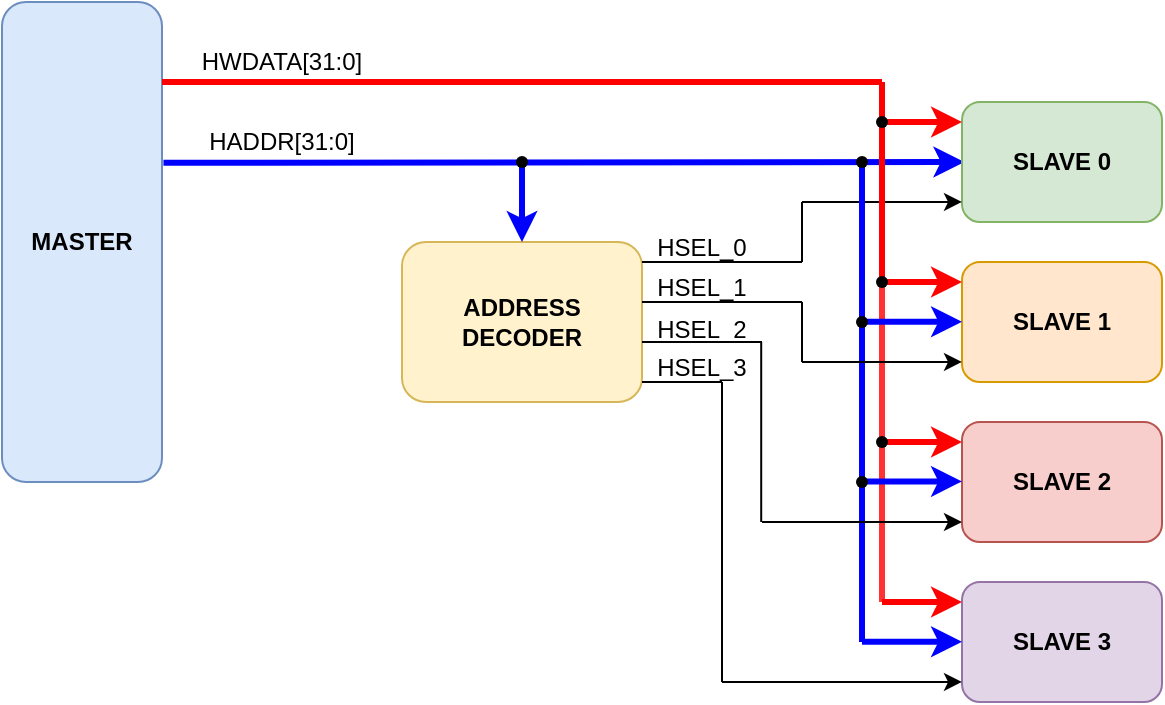
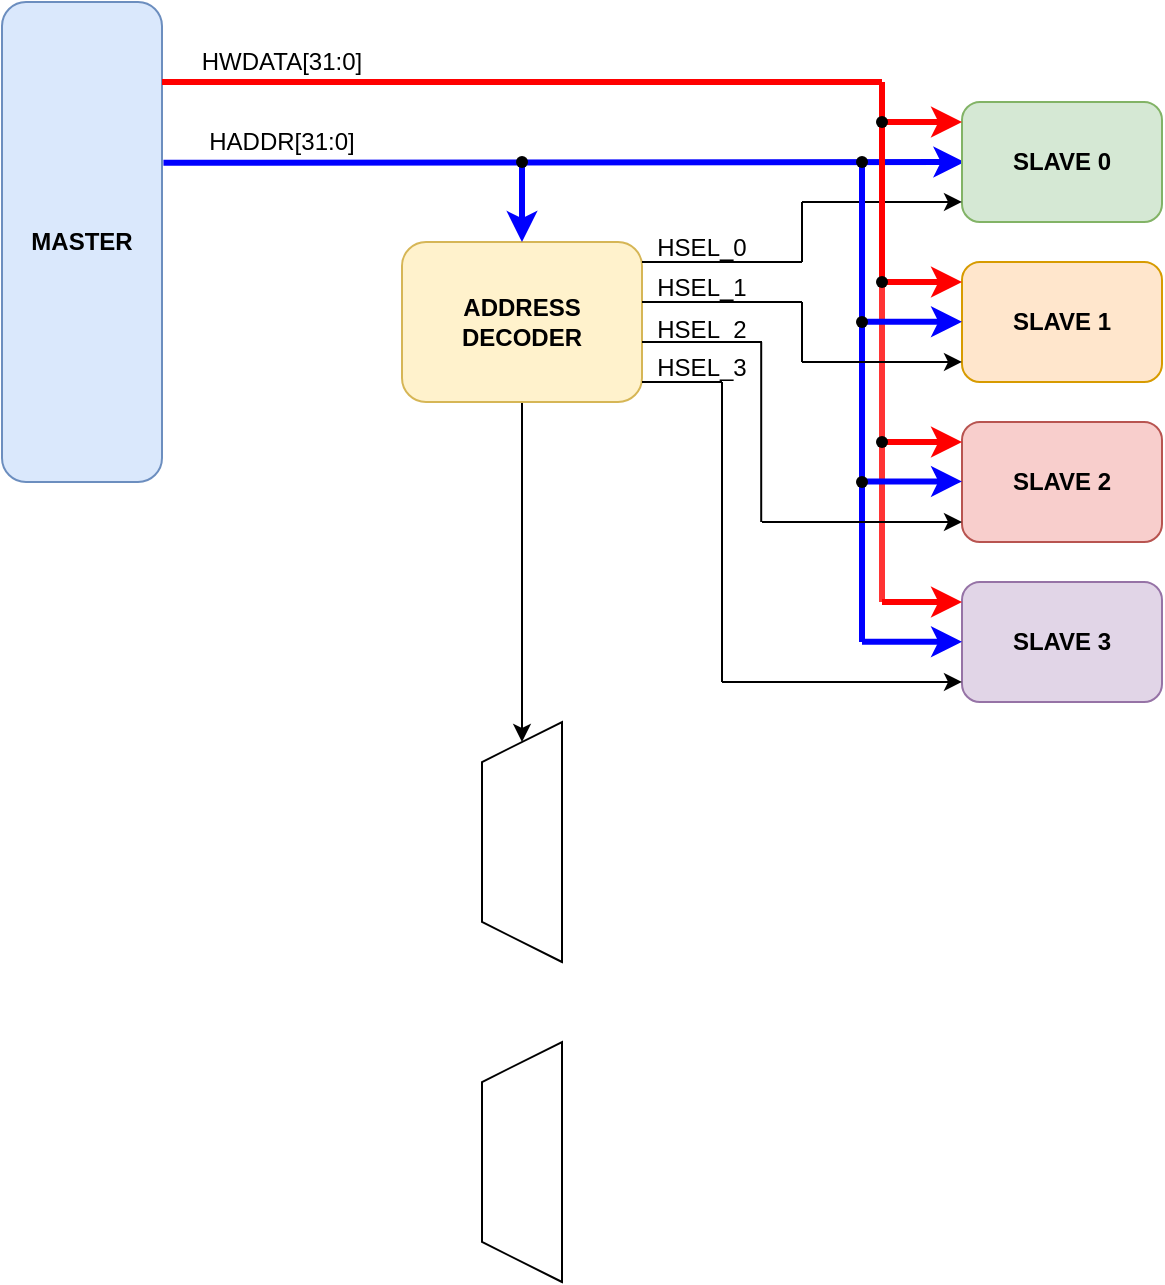
<mxfile host="app.diagrams.net" agent="Mozilla/5.0 (Windows NT 10.0; Win64; x64) AppleWebKit/537.36 (KHTML, like Gecko) Chrome/144.0.0.0 Safari/537.36 Edg/144.0.0.0" pages="4">
  <diagram id="00dOMP4ly3Yvcw6Omt_P" name="AHB Block Diagram">
    <mxGraphModel dx="364" dy="526" grid="1" gridSize="10" guides="1" tooltips="1" connect="1" arrows="1" fold="1" page="1" pageScale="1" pageWidth="850" pageHeight="1100" math="0" shadow="0">
      <root>
        <mxCell id="0" />
        <mxCell id="1" parent="0" />
        <mxCell id="WVtcaOnAu4kVJNJomXHp-1" parent="1" style="rounded=1;whiteSpace=wrap;html=1;fillColor=#dae8fc;strokeColor=#6c8ebf;" value="&lt;b&gt;MASTER&lt;/b&gt;" vertex="1">
          <mxGeometry height="240" width="80" x="80" y="160" as="geometry" />
        </mxCell>
+         <mxCell id="WVtcaOnAu4kVJNJomXHp-55" edge="1" parent="1" source="WVtcaOnAu4kVJNJomXHp-3" style="edgeStyle=orthogonalEdgeStyle;rounded=0;orthogonalLoop=1;jettySize=auto;html=1;entryX=1;entryY=0.5;entryDx=0;entryDy=0;" target="WVtcaOnAu4kVJNJomXHp-53">
+           <mxGeometry relative="1" as="geometry" />
+         </mxCell>
        <mxCell id="WVtcaOnAu4kVJNJomXHp-3" parent="1" style="rounded=1;whiteSpace=wrap;html=1;fillColor=#fff2cc;strokeColor=#d6b656;" value="&lt;b&gt;ADDRESS DECODER&lt;/b&gt;" vertex="1">
          <mxGeometry height="80" width="120" x="280" y="280" as="geometry" />
        </mxCell>
        <mxCell id="WVtcaOnAu4kVJNJomXHp-4" edge="1" parent="1" source="WVtcaOnAu4kVJNJomXHp-1" style="endArrow=classic;html=1;rounded=0;exitX=1.009;exitY=0.335;exitDx=0;exitDy=0;exitPerimeter=0;strokeWidth=3;strokeColor=#0000FF;" value="">
          <mxGeometry height="50" relative="1" width="50" as="geometry">
            <mxPoint x="170" y="240" as="sourcePoint" />
            <mxPoint x="561.2" y="240" as="targetPoint" />
          </mxGeometry>
        </mxCell>
        <mxCell id="WVtcaOnAu4kVJNJomXHp-5" edge="1" parent="1" source="WVtcaOnAu4kVJNJomXHp-6" style="endArrow=classic;html=1;rounded=0;entryX=0.5;entryY=0;entryDx=0;entryDy=0;strokeWidth=3;strokeColor=#0000FF;" target="WVtcaOnAu4kVJNJomXHp-3" value="">
          <mxGeometry height="50" relative="1" width="50" as="geometry">
            <mxPoint x="340" y="240" as="sourcePoint" />
            <mxPoint x="390" y="190" as="targetPoint" />
          </mxGeometry>
        </mxCell>
        <mxCell id="WVtcaOnAu4kVJNJomXHp-6" parent="1" style="shape=waypoint;sketch=0;fillStyle=solid;size=6;pointerEvents=1;points=[];fillColor=none;resizable=0;rotatable=0;perimeter=centerPerimeter;snapToPoint=1;" value="" vertex="1">
          <mxGeometry height="20" width="20" x="330" y="230" as="geometry" />
        </mxCell>
        <mxCell id="WVtcaOnAu4kVJNJomXHp-7" parent="1" style="rounded=1;whiteSpace=wrap;html=1;fillColor=#d5e8d4;strokeColor=#82b366;fontStyle=1" value="SLAVE 0" vertex="1">
          <mxGeometry height="60" width="100" x="560" y="210" as="geometry" />
        </mxCell>
        <mxCell id="WVtcaOnAu4kVJNJomXHp-8" parent="1" style="rounded=1;whiteSpace=wrap;html=1;fillColor=#ffe6cc;strokeColor=#d79b00;fontStyle=1" value="SLAVE 1" vertex="1">
          <mxGeometry height="60" width="100" x="560" y="290" as="geometry" />
        </mxCell>
        <mxCell id="WVtcaOnAu4kVJNJomXHp-9" parent="1" style="rounded=1;whiteSpace=wrap;html=1;fillColor=#f8cecc;strokeColor=#b85450;fontStyle=1" value="SLAVE 2" vertex="1">
          <mxGeometry height="60" width="100" x="560" y="370" as="geometry" />
        </mxCell>
        <mxCell id="WVtcaOnAu4kVJNJomXHp-10" parent="1" style="rounded=1;whiteSpace=wrap;html=1;fillColor=#e1d5e7;strokeColor=#9673a6;fontStyle=1" value="SLAVE 3" vertex="1">
          <mxGeometry height="60" width="100" x="560" y="450" as="geometry" />
        </mxCell>
        <mxCell id="WVtcaOnAu4kVJNJomXHp-11" edge="1" parent="1" source="WVtcaOnAu4kVJNJomXHp-3" style="endArrow=none;html=1;rounded=0;exitX=1;exitY=0.125;exitDx=0;exitDy=0;exitPerimeter=0;" value="">
          <mxGeometry height="50" relative="1" width="50" as="geometry">
            <mxPoint x="410" y="290" as="sourcePoint" />
            <mxPoint x="480" y="290" as="targetPoint" />
          </mxGeometry>
        </mxCell>
        <mxCell id="WVtcaOnAu4kVJNJomXHp-12" edge="1" parent="1" style="endArrow=none;html=1;rounded=0;" value="">
          <mxGeometry height="50" relative="1" width="50" as="geometry">
            <mxPoint x="480" y="290" as="sourcePoint" />
            <mxPoint x="480" y="260" as="targetPoint" />
          </mxGeometry>
        </mxCell>
        <mxCell id="WVtcaOnAu4kVJNJomXHp-13" edge="1" parent="1" style="endArrow=classic;html=1;rounded=0;entryX=0;entryY=0.833;entryDx=0;entryDy=0;entryPerimeter=0;" target="WVtcaOnAu4kVJNJomXHp-7" value="">
          <mxGeometry height="50" relative="1" width="50" as="geometry">
            <mxPoint x="480" y="260" as="sourcePoint" />
            <mxPoint x="540" y="260" as="targetPoint" />
          </mxGeometry>
        </mxCell>
        <mxCell id="WVtcaOnAu4kVJNJomXHp-18" edge="1" parent="1" style="endArrow=none;html=1;rounded=0;strokeWidth=3;strokeColor=#FF0000;" value="">
          <mxGeometry height="50" relative="1" width="50" as="geometry">
            <mxPoint x="160" y="200" as="sourcePoint" />
            <mxPoint x="520" y="200" as="targetPoint" />
          </mxGeometry>
        </mxCell>
        <mxCell id="WVtcaOnAu4kVJNJomXHp-19" edge="1" parent="1" source="WVtcaOnAu4kVJNJomXHp-25" style="endArrow=none;html=1;rounded=0;strokeWidth=3;strokeColor=#FF0000;" value="">
          <mxGeometry height="50" relative="1" width="50" as="geometry">
            <mxPoint x="520" y="380" as="sourcePoint" />
            <mxPoint x="520" y="200" as="targetPoint" />
          </mxGeometry>
        </mxCell>
        <mxCell id="WVtcaOnAu4kVJNJomXHp-20" edge="1" parent="1" style="endArrow=classic;html=1;rounded=0;entryX=0;entryY=0.167;entryDx=0;entryDy=0;entryPerimeter=0;strokeWidth=3;strokeColor=#FF0000;" target="WVtcaOnAu4kVJNJomXHp-7" value="">
          <mxGeometry height="50" relative="1" width="50" as="geometry">
            <mxPoint x="520" y="220" as="sourcePoint" />
            <mxPoint x="570" y="170" as="targetPoint" />
          </mxGeometry>
        </mxCell>
        <mxCell id="WVtcaOnAu4kVJNJomXHp-22" edge="1" parent="1" style="endArrow=classic;html=1;rounded=0;entryX=0;entryY=0.167;entryDx=0;entryDy=0;entryPerimeter=0;strokeWidth=3;strokeColor=#FF0000;" value="">
          <mxGeometry height="50" relative="1" width="50" as="geometry">
            <mxPoint x="520" y="300" as="sourcePoint" />
            <mxPoint x="560" y="300" as="targetPoint" />
          </mxGeometry>
        </mxCell>
        <mxCell id="WVtcaOnAu4kVJNJomXHp-23" parent="1" style="shape=waypoint;sketch=0;fillStyle=solid;size=6;pointerEvents=1;points=[];fillColor=none;resizable=0;rotatable=0;perimeter=centerPerimeter;snapToPoint=1;" value="" vertex="1">
          <mxGeometry height="20" width="20" x="510" y="210" as="geometry" />
        </mxCell>
        <mxCell id="WVtcaOnAu4kVJNJomXHp-24" edge="1" parent="1" style="endArrow=classic;html=1;rounded=0;entryX=0;entryY=0.167;entryDx=0;entryDy=0;entryPerimeter=0;strokeWidth=3;strokeColor=#FF0000;" value="">
          <mxGeometry height="50" relative="1" width="50" as="geometry">
            <mxPoint x="520" y="380" as="sourcePoint" />
            <mxPoint x="560" y="380" as="targetPoint" />
          </mxGeometry>
        </mxCell>
        <mxCell id="WVtcaOnAu4kVJNJomXHp-26" edge="1" parent="1" style="endArrow=none;html=1;rounded=0;strokeWidth=3;strokeColor=#FF3333;" target="WVtcaOnAu4kVJNJomXHp-25" value="">
          <mxGeometry height="50" relative="1" width="50" as="geometry">
            <mxPoint x="520" y="460" as="sourcePoint" />
            <mxPoint x="520" y="200" as="targetPoint" />
          </mxGeometry>
        </mxCell>
        <mxCell id="WVtcaOnAu4kVJNJomXHp-25" parent="1" style="shape=waypoint;sketch=0;fillStyle=solid;size=6;pointerEvents=1;points=[];fillColor=none;resizable=0;rotatable=0;perimeter=centerPerimeter;snapToPoint=1;" value="" vertex="1">
          <mxGeometry height="20" width="20" x="510" y="290" as="geometry" />
        </mxCell>
        <mxCell id="WVtcaOnAu4kVJNJomXHp-27" edge="1" parent="1" style="endArrow=none;html=1;rounded=0;strokeWidth=3;strokeColor=#0000FF;" target="WVtcaOnAu4kVJNJomXHp-30" value="">
          <mxGeometry height="50" relative="1" width="50" as="geometry">
            <mxPoint x="510" y="480" as="sourcePoint" />
            <mxPoint x="510" y="240" as="targetPoint" />
          </mxGeometry>
        </mxCell>
        <mxCell id="WVtcaOnAu4kVJNJomXHp-28" edge="1" parent="1" style="endArrow=classic;html=1;rounded=0;entryX=0;entryY=0.167;entryDx=0;entryDy=0;entryPerimeter=0;strokeWidth=3;strokeColor=#0000FF;" value="">
          <mxGeometry height="50" relative="1" width="50" as="geometry">
            <mxPoint x="510" y="399.72" as="sourcePoint" />
            <mxPoint x="560" y="399.72" as="targetPoint" />
          </mxGeometry>
        </mxCell>
        <mxCell id="WVtcaOnAu4kVJNJomXHp-29" edge="1" parent="1" style="endArrow=classic;html=1;rounded=0;entryX=0;entryY=0.167;entryDx=0;entryDy=0;entryPerimeter=0;strokeWidth=3;strokeColor=#0000FF;" value="">
          <mxGeometry height="50" relative="1" width="50" as="geometry">
            <mxPoint x="510" y="319.86" as="sourcePoint" />
            <mxPoint x="560" y="319.86" as="targetPoint" />
          </mxGeometry>
        </mxCell>
        <mxCell id="WVtcaOnAu4kVJNJomXHp-30" parent="1" style="shape=waypoint;sketch=0;fillStyle=solid;size=6;pointerEvents=1;points=[];fillColor=none;resizable=0;rotatable=0;perimeter=centerPerimeter;snapToPoint=1;" value="" vertex="1">
          <mxGeometry height="20" width="20" x="500.0000000000001" y="230" as="geometry" />
        </mxCell>
        <mxCell id="WVtcaOnAu4kVJNJomXHp-31" parent="1" style="shape=waypoint;sketch=0;fillStyle=solid;size=6;pointerEvents=1;points=[];fillColor=none;resizable=0;rotatable=0;perimeter=centerPerimeter;snapToPoint=1;" value="" vertex="1">
          <mxGeometry height="20" width="20" x="500" y="310" as="geometry" />
        </mxCell>
        <mxCell id="WVtcaOnAu4kVJNJomXHp-32" edge="1" parent="1" style="endArrow=classic;html=1;rounded=0;entryX=0;entryY=0.167;entryDx=0;entryDy=0;entryPerimeter=0;strokeWidth=3;strokeColor=#FF0000;" value="">
          <mxGeometry height="50" relative="1" width="50" as="geometry">
            <mxPoint x="520" y="460" as="sourcePoint" />
            <mxPoint x="560" y="460" as="targetPoint" />
          </mxGeometry>
        </mxCell>
        <mxCell id="WVtcaOnAu4kVJNJomXHp-33" edge="1" parent="1" style="endArrow=classic;html=1;rounded=0;entryX=0;entryY=0.167;entryDx=0;entryDy=0;entryPerimeter=0;strokeWidth=3;strokeColor=#0000FF;" value="">
          <mxGeometry height="50" relative="1" width="50" as="geometry">
            <mxPoint x="510" y="479.88" as="sourcePoint" />
            <mxPoint x="560" y="479.88" as="targetPoint" />
          </mxGeometry>
        </mxCell>
        <mxCell id="WVtcaOnAu4kVJNJomXHp-34" parent="1" style="shape=waypoint;sketch=0;fillStyle=solid;size=6;pointerEvents=1;points=[];fillColor=none;resizable=0;rotatable=0;perimeter=centerPerimeter;snapToPoint=1;" value="" vertex="1">
          <mxGeometry height="20" width="20" x="510" y="370" as="geometry" />
        </mxCell>
        <mxCell id="WVtcaOnAu4kVJNJomXHp-35" parent="1" style="shape=waypoint;sketch=0;fillStyle=solid;size=6;pointerEvents=1;points=[];fillColor=none;resizable=0;rotatable=0;perimeter=centerPerimeter;snapToPoint=1;" value="" vertex="1">
          <mxGeometry height="20" width="20" x="500" y="390" as="geometry" />
        </mxCell>
        <mxCell id="WVtcaOnAu4kVJNJomXHp-38" edge="1" parent="1" style="endArrow=none;html=1;rounded=0;" value="">
          <mxGeometry height="50" relative="1" width="50" as="geometry">
            <mxPoint x="400" y="310" as="sourcePoint" />
            <mxPoint x="480" y="310" as="targetPoint" />
          </mxGeometry>
        </mxCell>
        <mxCell id="WVtcaOnAu4kVJNJomXHp-39" edge="1" parent="1" style="endArrow=none;html=1;rounded=0;" value="">
          <mxGeometry height="50" relative="1" width="50" as="geometry">
            <mxPoint x="400" y="330" as="sourcePoint" />
            <mxPoint x="460" y="330" as="targetPoint" />
          </mxGeometry>
        </mxCell>
        <mxCell id="WVtcaOnAu4kVJNJomXHp-40" edge="1" parent="1" style="endArrow=none;html=1;rounded=0;" value="">
          <mxGeometry height="50" relative="1" width="50" as="geometry">
            <mxPoint x="400" y="350" as="sourcePoint" />
            <mxPoint x="440" y="350" as="targetPoint" />
          </mxGeometry>
        </mxCell>
        <mxCell id="WVtcaOnAu4kVJNJomXHp-41" edge="1" parent="1" style="endArrow=none;html=1;rounded=0;" value="">
          <mxGeometry height="50" relative="1" width="50" as="geometry">
            <mxPoint x="440" y="500" as="sourcePoint" />
            <mxPoint x="440" y="350" as="targetPoint" />
          </mxGeometry>
        </mxCell>
        <mxCell id="WVtcaOnAu4kVJNJomXHp-42" edge="1" parent="1" style="endArrow=classic;html=1;rounded=0;entryX=0;entryY=0.833;entryDx=0;entryDy=0;entryPerimeter=0;" target="WVtcaOnAu4kVJNJomXHp-10" value="">
          <mxGeometry height="50" relative="1" width="50" as="geometry">
            <mxPoint x="440" y="499.98" as="sourcePoint" />
            <mxPoint x="470" y="450" as="targetPoint" />
          </mxGeometry>
        </mxCell>
        <mxCell id="WVtcaOnAu4kVJNJomXHp-43" edge="1" parent="1" style="endArrow=none;html=1;rounded=0;" value="">
          <mxGeometry height="50" relative="1" width="50" as="geometry">
            <mxPoint x="459.6" y="420" as="sourcePoint" />
            <mxPoint x="459.6" y="330" as="targetPoint" />
          </mxGeometry>
        </mxCell>
        <mxCell id="WVtcaOnAu4kVJNJomXHp-44" edge="1" parent="1" style="endArrow=classic;html=1;rounded=0;entryX=0;entryY=0.833;entryDx=0;entryDy=0;entryPerimeter=0;" value="">
          <mxGeometry height="50" relative="1" width="50" as="geometry">
            <mxPoint x="460" y="420" as="sourcePoint" />
            <mxPoint x="560" y="420" as="targetPoint" />
          </mxGeometry>
        </mxCell>
        <mxCell id="WVtcaOnAu4kVJNJomXHp-45" edge="1" parent="1" style="endArrow=none;html=1;rounded=0;" value="">
          <mxGeometry height="50" relative="1" width="50" as="geometry">
            <mxPoint x="480" y="340" as="sourcePoint" />
            <mxPoint x="480" y="310" as="targetPoint" />
          </mxGeometry>
        </mxCell>
        <mxCell id="WVtcaOnAu4kVJNJomXHp-46" edge="1" parent="1" style="endArrow=classic;html=1;rounded=0;entryX=0;entryY=0.833;entryDx=0;entryDy=0;entryPerimeter=0;" target="WVtcaOnAu4kVJNJomXHp-8" value="">
          <mxGeometry height="50" relative="1" width="50" as="geometry">
            <mxPoint x="480" y="340" as="sourcePoint" />
            <mxPoint x="550" y="340" as="targetPoint" />
          </mxGeometry>
        </mxCell>
        <mxCell id="WVtcaOnAu4kVJNJomXHp-47" parent="1" style="text;html=1;whiteSpace=wrap;strokeColor=none;fillColor=none;align=center;verticalAlign=middle;rounded=0;" value="HSEL_0" vertex="1">
          <mxGeometry height="15" width="60" x="400" y="275" as="geometry" />
        </mxCell>
        <mxCell id="WVtcaOnAu4kVJNJomXHp-48" parent="1" style="text;html=1;whiteSpace=wrap;strokeColor=none;fillColor=none;align=center;verticalAlign=middle;rounded=0;" value="HSEL_1" vertex="1">
          <mxGeometry height="15" width="60" x="400" y="295" as="geometry" />
        </mxCell>
        <mxCell id="WVtcaOnAu4kVJNJomXHp-49" parent="1" style="text;html=1;whiteSpace=wrap;strokeColor=none;fillColor=none;align=center;verticalAlign=middle;rounded=0;" value="HSEL_2" vertex="1">
          <mxGeometry height="7.5" width="60" x="400" y="320" as="geometry" />
        </mxCell>
        <mxCell id="WVtcaOnAu4kVJNJomXHp-50" parent="1" style="text;html=1;whiteSpace=wrap;strokeColor=none;fillColor=none;align=center;verticalAlign=middle;rounded=0;" value="HSEL_3" vertex="1">
          <mxGeometry height="15" width="60" x="400" y="335" as="geometry" />
        </mxCell>
        <mxCell id="WVtcaOnAu4kVJNJomXHp-51" parent="1" style="text;html=1;whiteSpace=wrap;strokeColor=none;fillColor=none;align=center;verticalAlign=middle;rounded=0;" value="HWDATA[31:0]" vertex="1">
          <mxGeometry height="20" width="80" x="180" y="180" as="geometry" />
        </mxCell>
        <mxCell id="WVtcaOnAu4kVJNJomXHp-52" parent="1" style="text;html=1;whiteSpace=wrap;strokeColor=none;fillColor=none;align=center;verticalAlign=middle;rounded=0;" value="HADDR[31:0]" vertex="1">
          <mxGeometry height="20" width="80" x="180" y="220" as="geometry" />
+         </mxCell>
+         <mxCell id="WVtcaOnAu4kVJNJomXHp-53" parent="1" style="shape=trapezoid;perimeter=trapezoidPerimeter;whiteSpace=wrap;html=1;fixedSize=1;rotation=-90;" value="" vertex="1">
+           <mxGeometry height="40" width="120" x="280" y="560" as="geometry" />
+         </mxCell>
+         <mxCell id="WVtcaOnAu4kVJNJomXHp-54" parent="1" style="shape=trapezoid;perimeter=trapezoidPerimeter;whiteSpace=wrap;html=1;fixedSize=1;rotation=-90;" value="" vertex="1">
+           <mxGeometry height="40" width="120" x="280" y="720" as="geometry" />
        </mxCell>
      </root>
    </mxGraphModel>
  </diagram>
  <diagram name="AHB Interface" id="AxdGKtdG9Rmgfqjtrl1U">
    <mxGraphModel dx="2046" dy="1106" grid="1" gridSize="10" guides="1" tooltips="1" connect="1" arrows="1" fold="1" page="1" pageScale="1" pageWidth="850" pageHeight="1100" math="0" shadow="0">
      <root>
        <mxCell id="0" />
        <mxCell id="1" parent="0" />
        <mxCell id="BZ9neWvH9tw47nREzwFn-1" parent="1" style="rounded=0;whiteSpace=wrap;html=1;" value="&lt;font style=&quot;font-size: 16px;&quot;&gt;&lt;b&gt;Manager&lt;/b&gt;&lt;/font&gt;" vertex="1">
          <mxGeometry height="200" width="120" x="400" y="80" as="geometry" />
        </mxCell>
        <mxCell id="BZ9neWvH9tw47nREzwFn-2" edge="1" parent="1" style="endArrow=classic;html=1;rounded=0;" value="">
          <mxGeometry height="50" relative="1" width="50" as="geometry">
            <mxPoint x="360" y="100" as="sourcePoint" />
            <mxPoint x="400" y="100" as="targetPoint" />
          </mxGeometry>
        </mxCell>
        <mxCell id="BZ9neWvH9tw47nREzwFn-3" edge="1" parent="1" style="endArrow=classic;html=1;rounded=0;" value="">
          <mxGeometry height="50" relative="1" width="50" as="geometry">
            <mxPoint x="360" y="120" as="sourcePoint" />
            <mxPoint x="400" y="120" as="targetPoint" />
          </mxGeometry>
        </mxCell>
        <mxCell id="BZ9neWvH9tw47nREzwFn-4" parent="1" style="text;html=1;whiteSpace=wrap;strokeColor=none;fillColor=none;align=center;verticalAlign=middle;rounded=0;fontStyle=1" value="HCLK" vertex="1">
          <mxGeometry height="20" width="40" x="320" y="90" as="geometry" />
        </mxCell>
        <mxCell id="BZ9neWvH9tw47nREzwFn-5" parent="1" style="text;html=1;whiteSpace=wrap;strokeColor=none;fillColor=none;align=center;verticalAlign=middle;rounded=0;fontStyle=1" value="HRESETn" vertex="1">
          <mxGeometry height="20" width="60" x="300" y="110" as="geometry" />
        </mxCell>
        <mxCell id="BZ9neWvH9tw47nREzwFn-6" parent="1" style="text;html=1;whiteSpace=wrap;strokeColor=none;fillColor=none;align=center;verticalAlign=middle;rounded=0;fontStyle=1" value="HREADY" vertex="1">
          <mxGeometry height="20" width="60" x="300" y="150" as="geometry" />
        </mxCell>
        <mxCell id="BZ9neWvH9tw47nREzwFn-7" edge="1" parent="1" style="endArrow=classic;html=1;rounded=0;" value="">
          <mxGeometry height="50" relative="1" width="50" as="geometry">
            <mxPoint x="360" y="160" as="sourcePoint" />
            <mxPoint x="400" y="160" as="targetPoint" />
          </mxGeometry>
        </mxCell>
        <mxCell id="BZ9neWvH9tw47nREzwFn-8" edge="1" parent="1" style="endArrow=classic;html=1;rounded=0;" value="">
          <mxGeometry height="50" relative="1" width="50" as="geometry">
            <mxPoint x="360" y="180" as="sourcePoint" />
            <mxPoint x="400" y="180" as="targetPoint" />
          </mxGeometry>
        </mxCell>
        <mxCell id="BZ9neWvH9tw47nREzwFn-9" parent="1" style="text;html=1;whiteSpace=wrap;strokeColor=none;fillColor=none;align=center;verticalAlign=middle;rounded=0;fontStyle=1" value="HSELx" vertex="1">
          <mxGeometry height="20" width="60" x="310" y="430" as="geometry" />
        </mxCell>
        <mxCell id="BZ9neWvH9tw47nREzwFn-10" edge="1" parent="1" style="endArrow=classic;html=1;rounded=0;" value="">
          <mxGeometry height="50" relative="1" width="50" as="geometry">
            <mxPoint x="360" y="260" as="sourcePoint" />
            <mxPoint x="400" y="260" as="targetPoint" />
          </mxGeometry>
        </mxCell>
        <mxCell id="BZ9neWvH9tw47nREzwFn-11" parent="1" style="text;html=1;whiteSpace=wrap;strokeColor=none;fillColor=none;align=center;verticalAlign=middle;rounded=0;fontStyle=1" value="HRDATA[31:0]" vertex="1">
          <mxGeometry height="20" width="90" x="270" y="250" as="geometry" />
        </mxCell>
        <mxCell id="BZ9neWvH9tw47nREzwFn-12" edge="1" parent="1" style="endArrow=classic;html=1;rounded=0;" value="">
          <mxGeometry height="50" relative="1" width="50" as="geometry">
            <mxPoint x="520" y="99.83" as="sourcePoint" />
            <mxPoint x="560" y="99.83" as="targetPoint" />
          </mxGeometry>
        </mxCell>
        <mxCell id="BZ9neWvH9tw47nREzwFn-13" edge="1" parent="1" style="endArrow=classic;html=1;rounded=0;" value="">
          <mxGeometry height="50" relative="1" width="50" as="geometry">
            <mxPoint x="520" y="119.83" as="sourcePoint" />
            <mxPoint x="560" y="119.83" as="targetPoint" />
          </mxGeometry>
        </mxCell>
        <mxCell id="BZ9neWvH9tw47nREzwFn-14" edge="1" parent="1" style="endArrow=classic;html=1;rounded=0;" value="">
          <mxGeometry height="50" relative="1" width="50" as="geometry">
            <mxPoint x="520" y="159.83" as="sourcePoint" />
            <mxPoint x="560" y="159.83" as="targetPoint" />
          </mxGeometry>
        </mxCell>
        <mxCell id="BZ9neWvH9tw47nREzwFn-15" edge="1" parent="1" style="endArrow=classic;html=1;rounded=0;" value="">
          <mxGeometry height="50" relative="1" width="50" as="geometry">
            <mxPoint x="520" y="140" as="sourcePoint" />
            <mxPoint x="560" y="140" as="targetPoint" />
          </mxGeometry>
        </mxCell>
        <mxCell id="BZ9neWvH9tw47nREzwFn-16" edge="1" parent="1" style="endArrow=classic;html=1;rounded=0;" value="">
          <mxGeometry height="50" relative="1" width="50" as="geometry">
            <mxPoint x="520" y="179.83" as="sourcePoint" />
            <mxPoint x="560" y="179.83" as="targetPoint" />
          </mxGeometry>
        </mxCell>
        <mxCell id="BZ9neWvH9tw47nREzwFn-17" edge="1" parent="1" style="endArrow=classic;html=1;rounded=0;" value="">
          <mxGeometry height="50" relative="1" width="50" as="geometry">
            <mxPoint x="520" y="200" as="sourcePoint" />
            <mxPoint x="560" y="200" as="targetPoint" />
          </mxGeometry>
        </mxCell>
        <mxCell id="BZ9neWvH9tw47nREzwFn-18" parent="1" style="text;html=1;whiteSpace=wrap;strokeColor=none;fillColor=none;align=center;verticalAlign=middle;rounded=0;fontStyle=1" value="HADDR[31:0]" vertex="1">
          <mxGeometry height="20" width="80" x="560" y="90" as="geometry" />
        </mxCell>
        <mxCell id="BZ9neWvH9tw47nREzwFn-19" parent="1" style="text;html=1;whiteSpace=wrap;strokeColor=none;fillColor=none;align=center;verticalAlign=middle;rounded=0;fontStyle=1" value="HWRITE" vertex="1">
          <mxGeometry height="20" width="60" x="560" y="110" as="geometry" />
        </mxCell>
        <mxCell id="BZ9neWvH9tw47nREzwFn-20" parent="1" style="text;html=1;whiteSpace=wrap;strokeColor=none;fillColor=none;align=center;verticalAlign=middle;rounded=0;fontStyle=1" value="HSIZE[2:0]" vertex="1">
          <mxGeometry height="20" width="70" x="560" y="130" as="geometry" />
        </mxCell>
        <mxCell id="BZ9neWvH9tw47nREzwFn-21" parent="1" style="text;html=1;whiteSpace=wrap;strokeColor=none;fillColor=none;align=center;verticalAlign=middle;rounded=0;fontStyle=1" value="HBURST[2:0]" vertex="1">
          <mxGeometry height="20" width="80" x="560" y="150" as="geometry" />
        </mxCell>
        <mxCell id="BZ9neWvH9tw47nREzwFn-22" parent="1" style="text;html=1;whiteSpace=wrap;strokeColor=none;fillColor=none;align=center;verticalAlign=middle;rounded=0;fontStyle=1" value="HPROT[3:0]" vertex="1">
          <mxGeometry height="20" width="80" x="560" y="170" as="geometry" />
        </mxCell>
        <mxCell id="BZ9neWvH9tw47nREzwFn-23" parent="1" style="text;html=1;whiteSpace=wrap;strokeColor=none;fillColor=none;align=center;verticalAlign=middle;rounded=0;fontStyle=1" value="HTRANS[1:0]" vertex="1">
          <mxGeometry height="20" width="80" x="560" y="190" as="geometry" />
        </mxCell>
        <mxCell id="BZ9neWvH9tw47nREzwFn-24" edge="1" parent="1" style="endArrow=classic;html=1;rounded=0;" value="">
          <mxGeometry height="50" relative="1" width="50" as="geometry">
            <mxPoint x="520" y="220" as="sourcePoint" />
            <mxPoint x="560" y="220" as="targetPoint" />
          </mxGeometry>
        </mxCell>
        <mxCell id="BZ9neWvH9tw47nREzwFn-25" parent="1" style="text;html=1;whiteSpace=wrap;strokeColor=none;fillColor=none;align=center;verticalAlign=middle;rounded=0;fontStyle=1" value="HMASTLOCK" vertex="1">
          <mxGeometry height="20" width="80" x="560" y="210" as="geometry" />
        </mxCell>
        <mxCell id="BZ9neWvH9tw47nREzwFn-26" edge="1" parent="1" style="endArrow=classic;html=1;rounded=0;" value="">
          <mxGeometry height="50" relative="1" width="50" as="geometry">
            <mxPoint x="520" y="259.8" as="sourcePoint" />
            <mxPoint x="560" y="259.8" as="targetPoint" />
          </mxGeometry>
        </mxCell>
        <mxCell id="BZ9neWvH9tw47nREzwFn-30" parent="1" style="text;html=1;whiteSpace=wrap;strokeColor=none;fillColor=none;align=center;verticalAlign=middle;rounded=0;fontStyle=1" value="HWDATA[31:0]" vertex="1">
          <mxGeometry height="20" width="95" x="555" y="250" as="geometry" />
        </mxCell>
        <mxCell id="BZ9neWvH9tw47nREzwFn-31" parent="1" style="rounded=0;whiteSpace=wrap;html=1;" value="&lt;font style=&quot;font-size: 16px;&quot;&gt;&lt;b&gt;Slave&lt;/b&gt;&lt;/font&gt;" vertex="1">
          <mxGeometry height="320" width="120" x="400" y="360" as="geometry" />
        </mxCell>
        <mxCell id="BZ9neWvH9tw47nREzwFn-32" edge="1" parent="1" style="endArrow=classic;html=1;rounded=0;" value="">
          <mxGeometry height="50" relative="1" width="50" as="geometry">
            <mxPoint x="360" y="489.83" as="sourcePoint" />
            <mxPoint x="400" y="489.83" as="targetPoint" />
          </mxGeometry>
        </mxCell>
        <mxCell id="BZ9neWvH9tw47nREzwFn-33" edge="1" parent="1" style="endArrow=classic;html=1;rounded=0;" value="">
          <mxGeometry height="50" relative="1" width="50" as="geometry">
            <mxPoint x="360" y="509.83" as="sourcePoint" />
            <mxPoint x="400" y="509.83" as="targetPoint" />
          </mxGeometry>
        </mxCell>
        <mxCell id="BZ9neWvH9tw47nREzwFn-34" edge="1" parent="1" style="endArrow=classic;html=1;rounded=0;" value="">
          <mxGeometry height="50" relative="1" width="50" as="geometry">
            <mxPoint x="360" y="549.83" as="sourcePoint" />
            <mxPoint x="400" y="549.83" as="targetPoint" />
          </mxGeometry>
        </mxCell>
        <mxCell id="BZ9neWvH9tw47nREzwFn-35" edge="1" parent="1" style="endArrow=classic;html=1;rounded=0;" value="">
          <mxGeometry height="50" relative="1" width="50" as="geometry">
            <mxPoint x="360" y="530" as="sourcePoint" />
            <mxPoint x="400" y="530" as="targetPoint" />
          </mxGeometry>
        </mxCell>
        <mxCell id="BZ9neWvH9tw47nREzwFn-36" edge="1" parent="1" style="endArrow=classic;html=1;rounded=0;" value="">
          <mxGeometry height="50" relative="1" width="50" as="geometry">
            <mxPoint x="360" y="569.83" as="sourcePoint" />
            <mxPoint x="400" y="569.83" as="targetPoint" />
          </mxGeometry>
        </mxCell>
        <mxCell id="BZ9neWvH9tw47nREzwFn-37" edge="1" parent="1" style="endArrow=classic;html=1;rounded=0;" value="">
          <mxGeometry height="50" relative="1" width="50" as="geometry">
            <mxPoint x="360" y="590" as="sourcePoint" />
            <mxPoint x="400" y="590" as="targetPoint" />
          </mxGeometry>
        </mxCell>
        <mxCell id="BZ9neWvH9tw47nREzwFn-38" parent="1" style="text;html=1;whiteSpace=wrap;strokeColor=none;fillColor=none;align=center;verticalAlign=middle;rounded=0;fontStyle=1" value="HADDR[31:0]" vertex="1">
          <mxGeometry height="20" width="80" x="275" y="480" as="geometry" />
        </mxCell>
        <mxCell id="BZ9neWvH9tw47nREzwFn-39" parent="1" style="text;html=1;whiteSpace=wrap;strokeColor=none;fillColor=none;align=center;verticalAlign=middle;rounded=0;fontStyle=1" value="HWRITE" vertex="1">
          <mxGeometry height="20" width="60" x="275" y="500" as="geometry" />
        </mxCell>
        <mxCell id="BZ9neWvH9tw47nREzwFn-40" parent="1" style="text;html=1;whiteSpace=wrap;strokeColor=none;fillColor=none;align=center;verticalAlign=middle;rounded=0;fontStyle=1" value="HSIZE[2:0]" vertex="1">
          <mxGeometry height="20" width="70" x="275" y="520" as="geometry" />
        </mxCell>
        <mxCell id="BZ9neWvH9tw47nREzwFn-41" parent="1" style="text;html=1;whiteSpace=wrap;strokeColor=none;fillColor=none;align=center;verticalAlign=middle;rounded=0;fontStyle=1" value="HBURST[2:0]" vertex="1">
          <mxGeometry height="20" width="80" x="275" y="540" as="geometry" />
        </mxCell>
        <mxCell id="BZ9neWvH9tw47nREzwFn-42" parent="1" style="text;html=1;whiteSpace=wrap;strokeColor=none;fillColor=none;align=center;verticalAlign=middle;rounded=0;fontStyle=1" value="HPROT[3:0]" vertex="1">
          <mxGeometry height="20" width="80" x="275" y="560" as="geometry" />
        </mxCell>
        <mxCell id="BZ9neWvH9tw47nREzwFn-43" parent="1" style="text;html=1;whiteSpace=wrap;strokeColor=none;fillColor=none;align=center;verticalAlign=middle;rounded=0;fontStyle=1" value="HTRANS[1:0]" vertex="1">
          <mxGeometry height="20" width="80" x="275" y="580" as="geometry" />
        </mxCell>
        <mxCell id="BZ9neWvH9tw47nREzwFn-44" edge="1" parent="1" style="endArrow=classic;html=1;rounded=0;" value="">
          <mxGeometry height="50" relative="1" width="50" as="geometry">
            <mxPoint x="360" y="610" as="sourcePoint" />
            <mxPoint x="400" y="610" as="targetPoint" />
          </mxGeometry>
        </mxCell>
        <mxCell id="BZ9neWvH9tw47nREzwFn-45" parent="1" style="text;html=1;whiteSpace=wrap;strokeColor=none;fillColor=none;align=center;verticalAlign=middle;rounded=0;fontStyle=1" value="HMASTLOCK" vertex="1">
          <mxGeometry height="20" width="80" x="275" y="600" as="geometry" />
        </mxCell>
        <mxCell id="BZ9neWvH9tw47nREzwFn-46" edge="1" parent="1" style="endArrow=classic;html=1;rounded=0;" value="">
          <mxGeometry height="50" relative="1" width="50" as="geometry">
            <mxPoint x="360" y="649.8" as="sourcePoint" />
            <mxPoint x="400" y="649.8" as="targetPoint" />
          </mxGeometry>
        </mxCell>
        <mxCell id="BZ9neWvH9tw47nREzwFn-47" parent="1" style="text;html=1;whiteSpace=wrap;strokeColor=none;fillColor=none;align=center;verticalAlign=middle;rounded=0;fontStyle=1" value="HWDATA[31:0]" vertex="1">
          <mxGeometry height="20" width="95" x="270" y="640" as="geometry" />
        </mxCell>
        <mxCell id="BZ9neWvH9tw47nREzwFn-49" edge="1" parent="1" style="endArrow=classic;html=1;rounded=0;" value="">
          <mxGeometry height="50" relative="1" width="50" as="geometry">
            <mxPoint x="360" y="380" as="sourcePoint" />
            <mxPoint x="400" y="380" as="targetPoint" />
          </mxGeometry>
        </mxCell>
        <mxCell id="BZ9neWvH9tw47nREzwFn-50" edge="1" parent="1" style="endArrow=classic;html=1;rounded=0;" value="">
          <mxGeometry height="50" relative="1" width="50" as="geometry">
            <mxPoint x="360" y="400" as="sourcePoint" />
            <mxPoint x="400" y="400" as="targetPoint" />
          </mxGeometry>
        </mxCell>
        <mxCell id="BZ9neWvH9tw47nREzwFn-51" edge="1" parent="1" style="endArrow=classic;html=1;rounded=0;" value="">
          <mxGeometry height="50" relative="1" width="50" as="geometry">
            <mxPoint x="360" y="440" as="sourcePoint" />
            <mxPoint x="400" y="440" as="targetPoint" />
          </mxGeometry>
        </mxCell>
        <mxCell id="BZ9neWvH9tw47nREzwFn-52" parent="1" style="text;html=1;whiteSpace=wrap;strokeColor=none;fillColor=none;align=center;verticalAlign=middle;rounded=0;fontStyle=1" value="HCLK" vertex="1">
          <mxGeometry height="20" width="40" x="320" y="370" as="geometry" />
        </mxCell>
        <mxCell id="BZ9neWvH9tw47nREzwFn-53" parent="1" style="text;html=1;whiteSpace=wrap;strokeColor=none;fillColor=none;align=center;verticalAlign=middle;rounded=0;fontStyle=1" value="HRESETn" vertex="1">
          <mxGeometry height="20" width="60" x="300" y="390" as="geometry" />
        </mxCell>
        <mxCell id="BZ9neWvH9tw47nREzwFn-54" parent="1" style="shape=curlyBracket;whiteSpace=wrap;html=1;rounded=1;labelPosition=left;verticalLabelPosition=middle;align=right;verticalAlign=middle;" value="" vertex="1">
          <mxGeometry height="35" width="20" x="230" y="90" as="geometry" />
        </mxCell>
        <mxCell id="BZ9neWvH9tw47nREzwFn-55" parent="1" style="text;html=1;whiteSpace=wrap;strokeColor=none;fillColor=none;align=center;verticalAlign=middle;rounded=0;fontStyle=1" value="HRESP" vertex="1">
          <mxGeometry height="20" width="60" x="300" y="170" as="geometry" />
        </mxCell>
        <mxCell id="BZ9neWvH9tw47nREzwFn-56" parent="1" style="shape=curlyBracket;whiteSpace=wrap;html=1;rounded=1;labelPosition=left;verticalLabelPosition=middle;align=right;verticalAlign=middle;" value="" vertex="1">
          <mxGeometry height="140" width="20" x="230" y="480" as="geometry" />
        </mxCell>
        <mxCell id="BZ9neWvH9tw47nREzwFn-57" parent="1" style="shape=curlyBracket;whiteSpace=wrap;html=1;rounded=1;labelPosition=left;verticalLabelPosition=middle;align=right;verticalAlign=middle;rotation=-180;" value="" vertex="1">
          <mxGeometry height="135" width="20" x="650" y="90" as="geometry" />
        </mxCell>
        <mxCell id="BZ9neWvH9tw47nREzwFn-58" parent="1" style="text;html=1;whiteSpace=wrap;strokeColor=none;fillColor=none;align=center;verticalAlign=middle;rounded=0;fontStyle=1" value="&lt;span style=&quot;font-weight: normal;&quot;&gt;Global signals&lt;/span&gt;" vertex="1">
          <mxGeometry height="20" width="90" x="140" y="97.5" as="geometry" />
        </mxCell>
        <mxCell id="BZ9neWvH9tw47nREzwFn-59" parent="1" style="text;html=1;whiteSpace=wrap;strokeColor=none;fillColor=none;align=center;verticalAlign=middle;rounded=0;fontStyle=1" value="&lt;span style=&quot;font-weight: normal;&quot;&gt;Transfer response&lt;/span&gt;" vertex="1">
          <mxGeometry height="20" width="60" x="170" y="157.5" as="geometry" />
        </mxCell>
        <mxCell id="BZ9neWvH9tw47nREzwFn-60" parent="1" style="text;html=1;whiteSpace=wrap;strokeColor=none;fillColor=none;align=center;verticalAlign=middle;rounded=0;fontStyle=1" value="&lt;span style=&quot;font-weight: normal;&quot;&gt;Data&lt;/span&gt;" vertex="1">
          <mxGeometry height="20" width="60" x="170" y="250" as="geometry" />
        </mxCell>
        <mxCell id="BZ9neWvH9tw47nREzwFn-61" parent="1" style="text;html=1;whiteSpace=wrap;strokeColor=none;fillColor=none;align=center;verticalAlign=middle;rounded=0;fontStyle=1" value="&lt;span style=&quot;font-weight: normal;&quot;&gt;Address and control signals&lt;/span&gt;" vertex="1">
          <mxGeometry height="37.5" width="90" x="670" y="140" as="geometry" />
        </mxCell>
        <mxCell id="BZ9neWvH9tw47nREzwFn-62" parent="1" style="shape=curlyBracket;whiteSpace=wrap;html=1;rounded=1;labelPosition=left;verticalLabelPosition=middle;align=right;verticalAlign=middle;" value="" vertex="1">
          <mxGeometry height="35" width="20" x="230" y="150" as="geometry" />
        </mxCell>
        <mxCell id="BZ9neWvH9tw47nREzwFn-63" parent="1" style="text;html=1;whiteSpace=wrap;strokeColor=none;fillColor=none;align=center;verticalAlign=middle;rounded=0;fontStyle=1" value="&lt;span style=&quot;font-weight: normal;&quot;&gt;Address and control signals&lt;/span&gt;" vertex="1">
          <mxGeometry height="37.5" width="90" x="140" y="531" as="geometry" />
        </mxCell>
        <mxCell id="BZ9neWvH9tw47nREzwFn-64" parent="1" style="shape=curlyBracket;whiteSpace=wrap;html=1;rounded=1;labelPosition=left;verticalLabelPosition=middle;align=right;verticalAlign=middle;" value="" vertex="1">
          <mxGeometry height="35" width="20" x="230" y="375" as="geometry" />
        </mxCell>
        <mxCell id="BZ9neWvH9tw47nREzwFn-65" parent="1" style="text;html=1;whiteSpace=wrap;strokeColor=none;fillColor=none;align=center;verticalAlign=middle;rounded=0;fontStyle=1" value="&lt;span style=&quot;font-weight: normal;&quot;&gt;Global signals&lt;/span&gt;" vertex="1">
          <mxGeometry height="20" width="90" x="140" y="382.5" as="geometry" />
        </mxCell>
        <mxCell id="BZ9neWvH9tw47nREzwFn-66" parent="1" style="text;html=1;whiteSpace=wrap;strokeColor=none;fillColor=none;align=center;verticalAlign=middle;rounded=0;fontStyle=1" value="&lt;span style=&quot;font-weight: normal;&quot;&gt;Data&lt;/span&gt;" vertex="1">
          <mxGeometry height="20" width="60" x="670" y="250" as="geometry" />
        </mxCell>
        <mxCell id="BZ9neWvH9tw47nREzwFn-67" edge="1" parent="1" style="endArrow=classic;html=1;rounded=0;" value="">
          <mxGeometry height="50" relative="1" width="50" as="geometry">
            <mxPoint x="520" y="490" as="sourcePoint" />
            <mxPoint x="560" y="490" as="targetPoint" />
          </mxGeometry>
        </mxCell>
        <mxCell id="BZ9neWvH9tw47nREzwFn-68" edge="1" parent="1" style="endArrow=classic;html=1;rounded=0;" value="">
          <mxGeometry height="50" relative="1" width="50" as="geometry">
            <mxPoint x="520" y="510" as="sourcePoint" />
            <mxPoint x="560" y="510" as="targetPoint" />
          </mxGeometry>
        </mxCell>
        <mxCell id="BZ9neWvH9tw47nREzwFn-69" parent="1" style="text;html=1;whiteSpace=wrap;strokeColor=none;fillColor=none;align=center;verticalAlign=middle;rounded=0;fontStyle=1" value="HREADY" vertex="1">
          <mxGeometry height="20" width="60" x="560" y="480" as="geometry" />
        </mxCell>
        <mxCell id="BZ9neWvH9tw47nREzwFn-70" parent="1" style="text;html=1;whiteSpace=wrap;strokeColor=none;fillColor=none;align=center;verticalAlign=middle;rounded=0;fontStyle=1" value="HRESP" vertex="1">
          <mxGeometry height="20" width="60" x="560" y="500" as="geometry" />
        </mxCell>
        <mxCell id="BZ9neWvH9tw47nREzwFn-71" edge="1" parent="1" style="endArrow=classic;html=1;rounded=0;" value="">
          <mxGeometry height="50" relative="1" width="50" as="geometry">
            <mxPoint x="520" y="649.6600000000001" as="sourcePoint" />
            <mxPoint x="560" y="649.6600000000001" as="targetPoint" />
          </mxGeometry>
        </mxCell>
        <mxCell id="BZ9neWvH9tw47nREzwFn-72" parent="1" style="text;html=1;whiteSpace=wrap;strokeColor=none;fillColor=none;align=center;verticalAlign=middle;rounded=0;fontStyle=1" value="HRDATA[31:0]" vertex="1">
          <mxGeometry height="20" width="90" x="560" y="640" as="geometry" />
        </mxCell>
        <mxCell id="BZ9neWvH9tw47nREzwFn-73" parent="1" style="text;html=1;whiteSpace=wrap;strokeColor=none;fillColor=none;align=center;verticalAlign=middle;rounded=0;fontStyle=1" value="&lt;span style=&quot;font-weight: normal;&quot;&gt;Data&lt;/span&gt;" vertex="1">
          <mxGeometry height="20" width="60" x="155" y="640" as="geometry" />
        </mxCell>
        <mxCell id="BZ9neWvH9tw47nREzwFn-74" parent="1" style="text;html=1;whiteSpace=wrap;strokeColor=none;fillColor=none;align=center;verticalAlign=middle;rounded=0;fontStyle=1" value="&lt;span style=&quot;font-weight: normal;&quot;&gt;Data&lt;/span&gt;" vertex="1">
          <mxGeometry height="20" width="50" x="675" y="640" as="geometry" />
        </mxCell>
        <mxCell id="BZ9neWvH9tw47nREzwFn-75" parent="1" style="text;html=1;whiteSpace=wrap;strokeColor=none;fillColor=none;align=center;verticalAlign=middle;rounded=0;fontStyle=1" value="&lt;span style=&quot;font-weight: normal;&quot;&gt;Transfer response&lt;/span&gt;" vertex="1">
          <mxGeometry height="20" width="60" x="670" y="487.5" as="geometry" />
        </mxCell>
        <mxCell id="BZ9neWvH9tw47nREzwFn-76" parent="1" style="shape=curlyBracket;whiteSpace=wrap;html=1;rounded=1;labelPosition=left;verticalLabelPosition=middle;align=right;verticalAlign=middle;rotation=-180;" value="" vertex="1">
          <mxGeometry height="35" width="20" x="640" y="480" as="geometry" />
        </mxCell>
        <mxCell id="BZ9neWvH9tw47nREzwFn-77" parent="1" style="text;html=1;whiteSpace=wrap;strokeColor=none;fillColor=none;align=center;verticalAlign=middle;rounded=0;fontStyle=1" value="&lt;span style=&quot;font-weight: normal;&quot;&gt;Select signal&lt;/span&gt;" vertex="1">
          <mxGeometry height="20" width="90" x="140" y="430" as="geometry" />
        </mxCell>
      </root>
    </mxGraphModel>
  </diagram>
  <diagram id="Hd4ECfvz_bm4RMetZK8C" name="Master Interface">
    <mxGraphModel dx="764" dy="1105" grid="1" gridSize="10" guides="1" tooltips="1" connect="1" arrows="1" fold="1" page="1" pageScale="1" pageWidth="850" pageHeight="1100" math="0" shadow="0">
      <root>
        <mxCell id="0" />
        <mxCell id="1" parent="0" />
      </root>
    </mxGraphModel>
  </diagram>
  <diagram id="AYzUWjTrgIps4r00h7mQ" name="Master FSM">
    <mxGraphModel dx="437" dy="631" grid="1" gridSize="10" guides="1" tooltips="1" connect="1" arrows="1" fold="1" page="1" pageScale="1" pageWidth="850" pageHeight="1100" math="0" shadow="0">
      <root>
        <mxCell id="0" />
        <mxCell id="1" parent="0" />
        <mxCell id="gUlQ52oibdo8bB1fHUDe-6" edge="1" parent="1" source="gUlQ52oibdo8bB1fHUDe-1" style="edgeStyle=orthogonalEdgeStyle;rounded=0;orthogonalLoop=1;jettySize=auto;html=1;exitX=1;exitY=0.5;exitDx=0;exitDy=0;entryX=0;entryY=0.5;entryDx=0;entryDy=0;" target="gUlQ52oibdo8bB1fHUDe-2">
          <mxGeometry relative="1" as="geometry" />
        </mxCell>
        <mxCell id="gUlQ52oibdo8bB1fHUDe-8" edge="1" parent="1" source="gUlQ52oibdo8bB1fHUDe-1" style="edgeStyle=orthogonalEdgeStyle;rounded=0;orthogonalLoop=1;jettySize=auto;html=1;entryX=0.5;entryY=0;entryDx=0;entryDy=0;" target="gUlQ52oibdo8bB1fHUDe-5">
          <mxGeometry relative="1" as="geometry" />
        </mxCell>
        <mxCell id="gUlQ52oibdo8bB1fHUDe-1" parent="1" style="ellipse;whiteSpace=wrap;html=1;" value="IDLE" vertex="1">
          <mxGeometry height="80" width="120" x="200" y="200" as="geometry" />
        </mxCell>
        <mxCell id="gUlQ52oibdo8bB1fHUDe-7" edge="1" parent="1" source="gUlQ52oibdo8bB1fHUDe-2" style="edgeStyle=orthogonalEdgeStyle;rounded=0;orthogonalLoop=1;jettySize=auto;html=1;entryX=0.5;entryY=0;entryDx=0;entryDy=0;" target="gUlQ52oibdo8bB1fHUDe-3">
          <mxGeometry relative="1" as="geometry" />
        </mxCell>
        <mxCell id="gUlQ52oibdo8bB1fHUDe-2" parent="1" style="ellipse;whiteSpace=wrap;html=1;" value="WR_ADDR_PHASE" vertex="1">
          <mxGeometry height="80" width="120" x="440" y="200" as="geometry" />
        </mxCell>
        <mxCell id="gUlQ52oibdo8bB1fHUDe-10" edge="1" parent="1" source="gUlQ52oibdo8bB1fHUDe-3" style="edgeStyle=orthogonalEdgeStyle;rounded=0;orthogonalLoop=1;jettySize=auto;html=1;entryX=0.5;entryY=0;entryDx=0;entryDy=0;" target="gUlQ52oibdo8bB1fHUDe-9">
          <mxGeometry relative="1" as="geometry" />
        </mxCell>
        <mxCell id="8WBKzOnGMAMBHIHuB8Qa-4" edge="1" parent="1" source="gUlQ52oibdo8bB1fHUDe-3" style="edgeStyle=orthogonalEdgeStyle;rounded=0;orthogonalLoop=1;jettySize=auto;html=1;entryX=1;entryY=0.5;entryDx=0;entryDy=0;" target="gUlQ52oibdo8bB1fHUDe-5">
          <mxGeometry relative="1" as="geometry" />
        </mxCell>
        <mxCell id="gUlQ52oibdo8bB1fHUDe-3" parent="1" style="ellipse;whiteSpace=wrap;html=1;" value="WR_DATA_PHASE" vertex="1">
          <mxGeometry height="80" width="120" x="440" y="360" as="geometry" />
        </mxCell>
        <mxCell id="gUlQ52oibdo8bB1fHUDe-11" edge="1" parent="1" source="gUlQ52oibdo8bB1fHUDe-4" style="edgeStyle=orthogonalEdgeStyle;rounded=0;orthogonalLoop=1;jettySize=auto;html=1;entryX=0;entryY=0.5;entryDx=0;entryDy=0;" target="gUlQ52oibdo8bB1fHUDe-9">
          <mxGeometry relative="1" as="geometry" />
        </mxCell>
        <mxCell id="8WBKzOnGMAMBHIHuB8Qa-6" edge="1" parent="1" source="gUlQ52oibdo8bB1fHUDe-4" style="edgeStyle=orthogonalEdgeStyle;rounded=0;orthogonalLoop=1;jettySize=auto;html=1;exitX=0;exitY=0.5;exitDx=0;exitDy=0;entryX=0;entryY=0.5;entryDx=0;entryDy=0;" target="gUlQ52oibdo8bB1fHUDe-1">
          <mxGeometry relative="1" as="geometry">
            <Array as="points">
              <mxPoint x="160.03" y="560.03" />
              <mxPoint x="160.03" y="240.03" />
            </Array>
          </mxGeometry>
        </mxCell>
        <mxCell id="gUlQ52oibdo8bB1fHUDe-4" parent="1" style="ellipse;whiteSpace=wrap;html=1;" value="RD_DATA_PHASE" vertex="1">
          <mxGeometry height="80" width="120" x="200" y="520" as="geometry" />
        </mxCell>
        <mxCell id="8WBKzOnGMAMBHIHuB8Qa-3" edge="1" parent="1" source="gUlQ52oibdo8bB1fHUDe-5" style="edgeStyle=orthogonalEdgeStyle;rounded=0;orthogonalLoop=1;jettySize=auto;html=1;" target="gUlQ52oibdo8bB1fHUDe-4" value="">
          <mxGeometry relative="1" as="geometry" />
        </mxCell>
        <mxCell id="gUlQ52oibdo8bB1fHUDe-5" parent="1" style="ellipse;whiteSpace=wrap;html=1;" value="RD_ADDR_PHASE" vertex="1">
          <mxGeometry height="80" width="120" x="200" y="360" as="geometry" />
        </mxCell>
        <mxCell id="gUlQ52oibdo8bB1fHUDe-9" parent="1" style="ellipse;whiteSpace=wrap;html=1;" value="WAIT_STATE" vertex="1">
          <mxGeometry height="80" width="120" x="440" y="520" as="geometry" />
        </mxCell>
        <mxCell id="8WBKzOnGMAMBHIHuB8Qa-1" edge="1" parent="1" source="gUlQ52oibdo8bB1fHUDe-5" style="endArrow=classic;html=1;rounded=0;entryX=0;entryY=0;entryDx=0;entryDy=0;exitX=1;exitY=1;exitDx=0;exitDy=0;" target="gUlQ52oibdo8bB1fHUDe-9" value="">
          <mxGeometry height="50" relative="1" width="50" as="geometry">
            <mxPoint x="350" y="490" as="sourcePoint" />
            <mxPoint x="400" y="440" as="targetPoint" />
          </mxGeometry>
        </mxCell>
        <mxCell id="8WBKzOnGMAMBHIHuB8Qa-5" edge="1" parent="1" source="gUlQ52oibdo8bB1fHUDe-3" style="endArrow=classic;html=1;rounded=0;exitX=0;exitY=0;exitDx=0;exitDy=0;entryX=1;entryY=1;entryDx=0;entryDy=0;" target="gUlQ52oibdo8bB1fHUDe-1" value="">
          <mxGeometry height="50" relative="1" width="50" as="geometry">
            <mxPoint x="370" y="340" as="sourcePoint" />
            <mxPoint x="420" y="290" as="targetPoint" />
          </mxGeometry>
        </mxCell>
      </root>
    </mxGraphModel>
  </diagram>
</mxfile>
